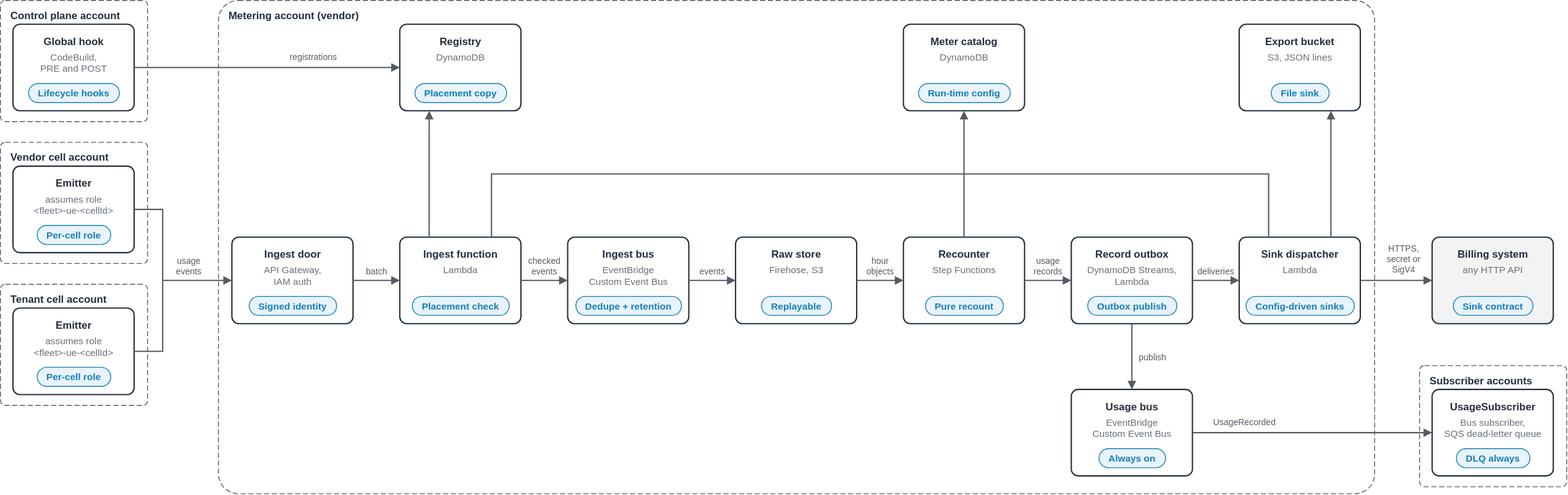
Earlier version of the draw.io export samples/tenant-usage-metering/diagrams/tenant-usage-metering.components.drawio.svg (aws-samples/sample-agentic-ai-acceleration-patterns). Source tidied: cells renumbered, new cells last; positions are measured from the earlier drawing's top-left corner, leaving out a move shared by most shapes.
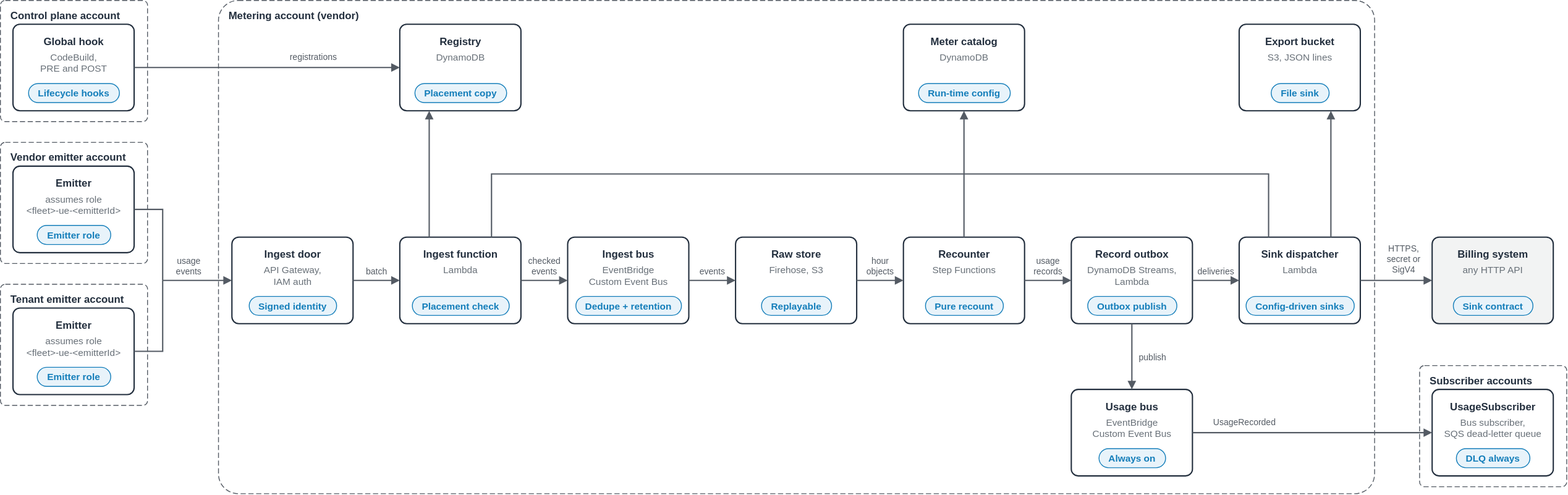
Above is the later version.

Change to the diagram source:
```diff
@@ -5,10 +5,10 @@
     <mxCell id="2" value="Control plane account" style="rounded=1;arcSize=4;html=0;fontSize=12;fontStyle=1;fontColor=#232F3E;strokeColor=#545B64;dashed=1;dashPattern=6 3;fillColor=none;verticalAlign=top;align=left;spacingLeft=10;spacingTop=4;" parent="1" vertex="1">
       <mxGeometry width="170" height="140" as="geometry" />
     </mxCell>
-    <mxCell id="3" value="Vendor cell account" style="rounded=1;arcSize=4;html=0;fontSize=12;fontStyle=1;fontColor=#232F3E;strokeColor=#545B64;dashed=1;dashPattern=6 3;fillColor=none;verticalAlign=top;align=left;spacingLeft=10;spacingTop=4;" parent="1" vertex="1">
+    <mxCell id="3" value="Vendor emitter account" style="rounded=1;arcSize=4;html=0;fontSize=12;fontStyle=1;fontColor=#232F3E;strokeColor=#545B64;dashed=1;dashPattern=6 3;fillColor=none;verticalAlign=top;align=left;spacingLeft=10;spacingTop=4;" parent="1" vertex="1">
       <mxGeometry y="164" width="170" height="140" as="geometry" />
     </mxCell>
-    <mxCell id="4" value="Tenant cell account" style="rounded=1;arcSize=4;html=0;fontSize=12;fontStyle=1;fontColor=#232F3E;strokeColor=#545B64;dashed=1;dashPattern=6 3;fillColor=none;verticalAlign=top;align=left;spacingLeft=10;spacingTop=4;" parent="1" vertex="1">
+    <mxCell id="4" value="Tenant emitter account" style="rounded=1;arcSize=4;html=0;fontSize=12;fontStyle=1;fontColor=#232F3E;strokeColor=#545B64;dashed=1;dashPattern=6 3;fillColor=none;verticalAlign=top;align=left;spacingLeft=10;spacingTop=4;" parent="1" vertex="1">
       <mxGeometry y="328" width="170" height="140" as="geometry" />
     </mxCell>
     <mxCell id="5" value="Metering account (vendor)" style="rounded=1;arcSize=4;html=0;fontSize=12;fontStyle=1;fontColor=#232F3E;strokeColor=#545B64;dashed=1;dashPattern=6 3;fillColor=none;verticalAlign=top;align=left;spacingLeft=10;spacingTop=4;" parent="1" vertex="1">
@@ -35,10 +35,10 @@
     <mxCell id="12" value="Emitter" style="text;html=0;align=center;verticalAlign=top;fontSize=12;fontStyle=1;fontColor=#232F3E;spacing=0;spacingTop=0;" parent="1" vertex="1">
       <mxGeometry x="19" y="200" width="132" height="18" as="geometry" />
     </mxCell>
-    <mxCell id="13" value="assumes role&#10;&lt;fleet&gt;-ue-&lt;cellId&gt;" style="text;html=0;align=center;verticalAlign=top;fontSize=11;fontStyle=0;fontColor=#687078;spacing=0;spacingTop=0;" parent="1" vertex="1">
+    <mxCell id="13" value="assumes role&#10;&lt;fleet&gt;-ue-&lt;emitterId&gt;" style="text;html=0;align=center;verticalAlign=top;fontSize=11;fontStyle=0;fontColor=#687078;spacing=0;spacingTop=0;" parent="1" vertex="1">
       <mxGeometry x="19" y="219" width="132" height="31" as="geometry" />
     </mxCell>
-    <mxCell id="14" value="Per-cell role" style="rounded=1;arcSize=50;html=0;fontSize=11;fontStyle=1;fontColor=#147EBA;fillColor=#E8F3FA;strokeColor=#147EBA;align=center;verticalAlign=middle;" parent="1" vertex="1">
+    <mxCell id="14" value="Emitter role" style="rounded=1;arcSize=50;html=0;fontSize=11;fontStyle=1;fontColor=#147EBA;fillColor=#E8F3FA;strokeColor=#147EBA;align=center;verticalAlign=middle;" parent="1" vertex="1">
       <mxGeometry x="42.5" y="260" width="85" height="22" as="geometry" />
     </mxCell>
     <mxCell id="15" style="rounded=1;arcSize=8;html=0;fillColor=#FFFFFF;strokeColor=#232F3E;strokeWidth=1.5;" parent="1" vertex="1">
@@ -47,10 +47,10 @@
     <mxCell id="16" value="Emitter" style="text;html=0;align=center;verticalAlign=top;fontSize=12;fontStyle=1;fontColor=#232F3E;spacing=0;spacingTop=0;" parent="1" vertex="1">
       <mxGeometry x="19" y="364" width="132" height="18" as="geometry" />
     </mxCell>
-    <mxCell id="17" value="assumes role&#10;&lt;fleet&gt;-ue-&lt;cellId&gt;" style="text;html=0;align=center;verticalAlign=top;fontSize=11;fontStyle=0;fontColor=#687078;spacing=0;spacingTop=0;" parent="1" vertex="1">
+    <mxCell id="17" value="assumes role&#10;&lt;fleet&gt;-ue-&lt;emitterId&gt;" style="text;html=0;align=center;verticalAlign=top;fontSize=11;fontStyle=0;fontColor=#687078;spacing=0;spacingTop=0;" parent="1" vertex="1">
       <mxGeometry x="19" y="383" width="132" height="31" as="geometry" />
     </mxCell>
-    <mxCell id="18" value="Per-cell role" style="rounded=1;arcSize=50;html=0;fontSize=11;fontStyle=1;fontColor=#147EBA;fillColor=#E8F3FA;strokeColor=#147EBA;align=center;verticalAlign=middle;" parent="1" vertex="1">
+    <mxCell id="18" value="Emitter role" style="rounded=1;arcSize=50;html=0;fontSize=11;fontStyle=1;fontColor=#147EBA;fillColor=#E8F3FA;strokeColor=#147EBA;align=center;verticalAlign=middle;" parent="1" vertex="1">
       <mxGeometry x="42.5" y="424" width="85" height="22" as="geometry" />
     </mxCell>
     <mxCell id="19" style="rounded=1;arcSize=8;html=0;fillColor=#FFFFFF;strokeColor=#232F3E;strokeWidth=1.5;" parent="1" vertex="1">
```
